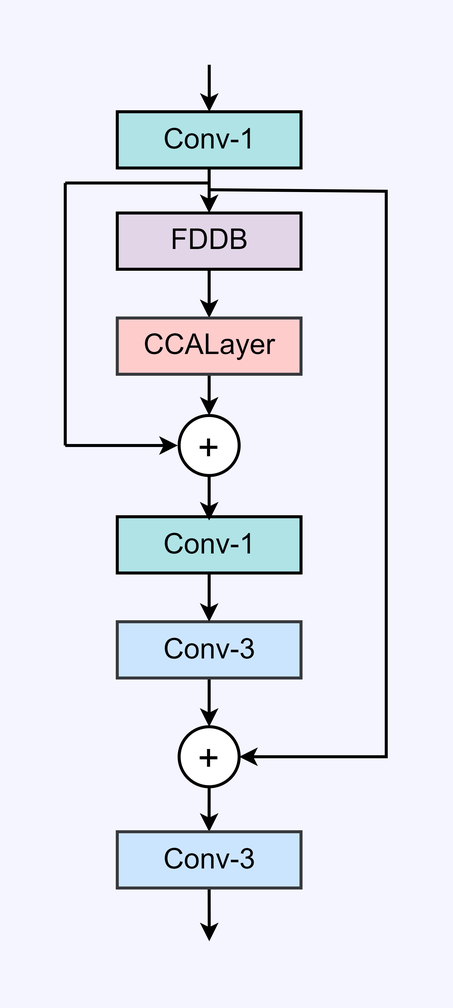
This is write_article/Network_changed_FDDB1.png from ThisisVikki/ITM-baseline, a draw.io export, as it was before one commit. Source tidied: cells renumbered, new cells last; positions are measured from the earlier drawing's top-left corner, leaving out a move shared by most shapes.
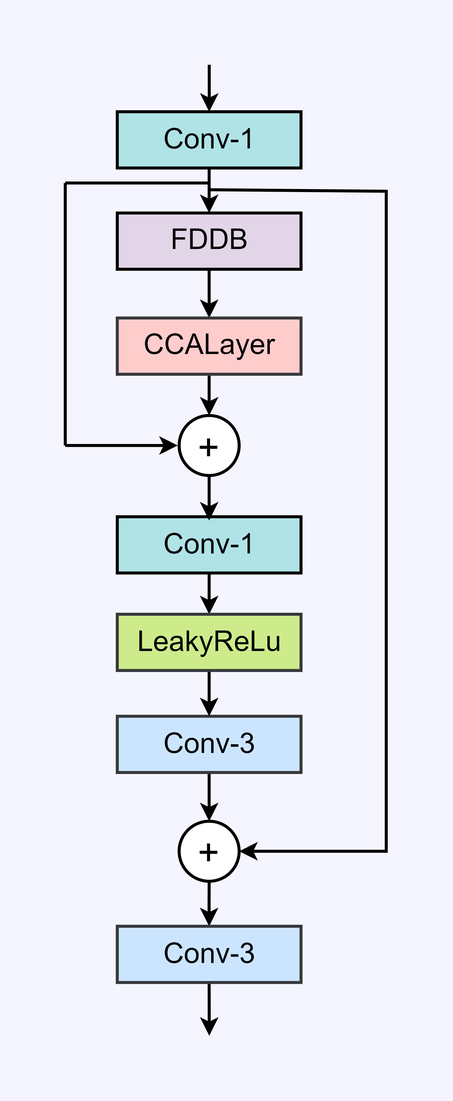
The same diagram one commit later.

Diff of the diagram source:
```diff
@@ -6,27 +6,27 @@
       <mxGeometry relative="1" as="geometry" />
     </mxCell>
     <mxCell id="3" value="&lt;font style=&quot;font-size: 25px;&quot;&gt;+&lt;/font&gt;" style="ellipse;whiteSpace=wrap;html=1;fontSize=16;direction=east;strokeWidth=2;" parent="1" vertex="1">
-      <mxGeometry x="75.9" y="441" width="40" height="40" as="geometry" />
+      <mxGeometry x="75.9" y="504" width="40" height="40" as="geometry" />
     </mxCell>
     <mxCell id="4" style="edgeStyle=orthogonalEdgeStyle;rounded=0;jettySize=auto;html=1;exitX=0.5;exitY=1;exitDx=0;exitDy=0;entryX=0.5;entryY=0;entryDx=0;entryDy=0;strokeWidth=2;" parent="1" edge="1" source="5" target="3">
       <mxGeometry relative="1" as="geometry" />
     </mxCell>
     <mxCell id="5" value="&lt;p&gt;&lt;font style=&quot;font-size: 19px;&quot;&gt;Conv-3&lt;/font&gt;&lt;/p&gt;" style="rounded=0;whiteSpace=wrap;html=1;rotation=0;horizontal=1;fillColor=#cce5ff;strokeColor=#36393d;direction=east;strokeWidth=2;" parent="1" vertex="1">
-      <mxGeometry x="34.7" y="371" width="122.5" height="37.5" as="geometry" />
+      <mxGeometry x="34.7" y="434" width="122.5" height="37.5" as="geometry" />
     </mxCell>
-    <mxCell id="6" style="edgeStyle=orthogonalEdgeStyle;rounded=0;jettySize=auto;html=1;exitX=0.5;exitY=1;exitDx=0;exitDy=0;entryX=0.5;entryY=0;entryDx=0;entryDy=0;strokeWidth=2;" parent="1" edge="1" source="7" target="5">
-      <mxGeometry relative="1" as="geometry" />
-    </mxCell>
+    <mxCell id="25" style="edgeStyle=orthogonalEdgeStyle;rounded=0;jettySize=auto;html=1;exitX=0.5;exitY=1;exitDx=0;exitDy=0;entryX=0.5;entryY=0;entryDx=0;entryDy=0;strokeWidth=2;" parent="1" edge="1" source="7" target="27">
+      <mxGeometry relative="1" as="geometry" />
+    </mxCell>
     <mxCell id="7" value="&lt;p&gt;&lt;font style=&quot;font-size: 19px;&quot;&gt;Conv-1&lt;/font&gt;&lt;/p&gt;" style="rounded=0;whiteSpace=wrap;html=1;rotation=0;horizontal=1;fillColor=#b0e3e6;strokeColor=#000000;direction=east;strokeWidth=2;" parent="1" vertex="1">
       <mxGeometry x="34.7" y="301" width="122.5" height="37.5" as="geometry" />
     </mxCell>
     <mxCell id="8" style="edgeStyle=orthogonalEdgeStyle;rounded=0;jettySize=auto;html=1;exitX=0.5;exitY=1;exitDx=0;exitDy=0;strokeWidth=2;" parent="1" edge="1" source="9">
       <mxGeometry relative="1" as="geometry">
-        <mxPoint x="96" y="584" as="targetPoint" />
+        <mxPoint x="96" y="647" as="targetPoint" />
       </mxGeometry>
     </mxCell>
     <mxCell id="9" value="&lt;p&gt;&lt;font style=&quot;font-size: 19px;&quot;&gt;Conv-3&lt;/font&gt;&lt;/p&gt;" style="rounded=0;whiteSpace=wrap;html=1;rotation=0;horizontal=1;fillColor=#cce5ff;strokeColor=#36393d;direction=east;strokeWidth=2;" parent="1" vertex="1">
-      <mxGeometry x="34.7" y="511" width="122.5" height="37.5" as="geometry" />
+      <mxGeometry x="34.7" y="574" width="122.5" height="37.5" as="geometry" />
     </mxCell>
     <mxCell id="10" value="&lt;p&gt;&lt;font style=&quot;font-size: 19px;&quot;&gt;Conv-1&lt;/font&gt;&lt;/p&gt;" style="rounded=0;whiteSpace=wrap;html=1;rotation=0;horizontal=1;fillColor=#b0e3e6;strokeColor=#000000;direction=east;strokeWidth=2;" parent="1" vertex="1">
       <mxGeometry x="34.7" y="31" width="122.5" height="37.5" as="geometry" />
@@ -39,7 +39,7 @@
     </mxCell>
     <mxCell id="12" style="endArrow=classic;html=1;rounded=0;fontSize=16;entryX=1;entryY=0.5;entryDx=0;entryDy=0;strokeWidth=2;exitX=1;exitY=0.5;exitDx=0;exitDy=0;" parent="1" edge="1" target="3">
       <mxGeometry relative="1" as="geometry">
-        <mxPoint x="215" y="461" as="sourcePoint" />
+        <mxPoint x="215" y="524" as="sourcePoint" />
       </mxGeometry>
     </mxCell>
     <mxCell id="13" style="edgeStyle=orthogonalEdgeStyle;rounded=0;jettySize=auto;html=1;exitX=0.5;exitY=0;exitDx=0;exitDy=0;entryX=0.5;entryY=0;entryDx=0;entryDy=0;strokeWidth=2;" parent="1" edge="1" target="15">
@@ -87,7 +87,7 @@
     </mxCell>
     <mxCell id="23" style="endArrow=none;html=1;rounded=0;strokeWidth=2;" parent="1" edge="1">
       <mxGeometry relative="1" as="geometry">
-        <mxPoint x="214" y="461" as="sourcePoint" />
+        <mxPoint x="214" y="525" as="sourcePoint" />
         <mxPoint x="214" y="83" as="targetPoint" />
       </mxGeometry>
     </mxCell>
@@ -96,5 +96,11 @@
         <mxPoint x="96" y="-0.3" as="sourcePoint" />
       </mxGeometry>
     </mxCell>
+    <mxCell id="26" style="edgeStyle=orthogonalEdgeStyle;rounded=0;jettySize=auto;html=1;exitX=0.5;exitY=1;exitDx=0;exitDy=0;entryX=0.5;entryY=0;entryDx=0;entryDy=0;strokeWidth=2;" parent="1" edge="1" source="27" target="5">
+      <mxGeometry relative="1" as="geometry" />
+    </mxCell>
+    <mxCell id="27" value="&lt;p&gt;&lt;span style=&quot;font-size: 19px;&quot;&gt;LeakyReLu&lt;/span&gt;&lt;/p&gt;" style="rounded=0;whiteSpace=wrap;html=1;rotation=0;horizontal=1;fillColor=#cdeb8b;strokeColor=#36393d;direction=east;strokeWidth=2;" parent="1" vertex="1">
+      <mxGeometry x="34.7" y="366" width="122.5" height="37.5" as="geometry" />
+    </mxCell>
   </root>
 </mxGraphModel>
```
